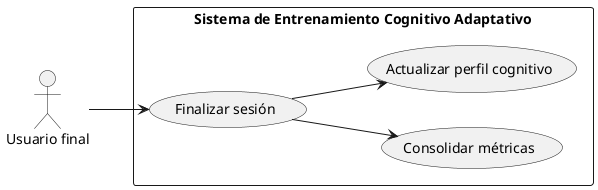
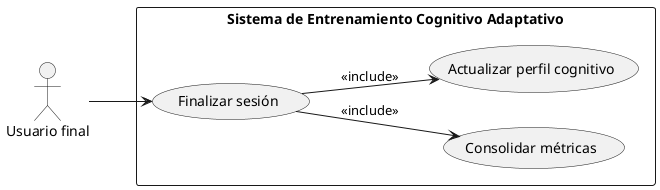
@startuml
left to right direction

actor "Usuario final" as Usuario

rectangle "Sistema de Entrenamiento Cognitivo Adaptativo" {

  usecase "Finalizar sesión" as CU3
  usecase "Consolidar métricas" as UC1
  usecase "Actualizar perfil cognitivo" as UC2

-   CU3 --> UC1
-   CU3 --> UC2
+   CU3 --> UC1 : <<include>>
+   CU3 --> UC2 : <<include>>
}

Usuario --> CU3

@enduml